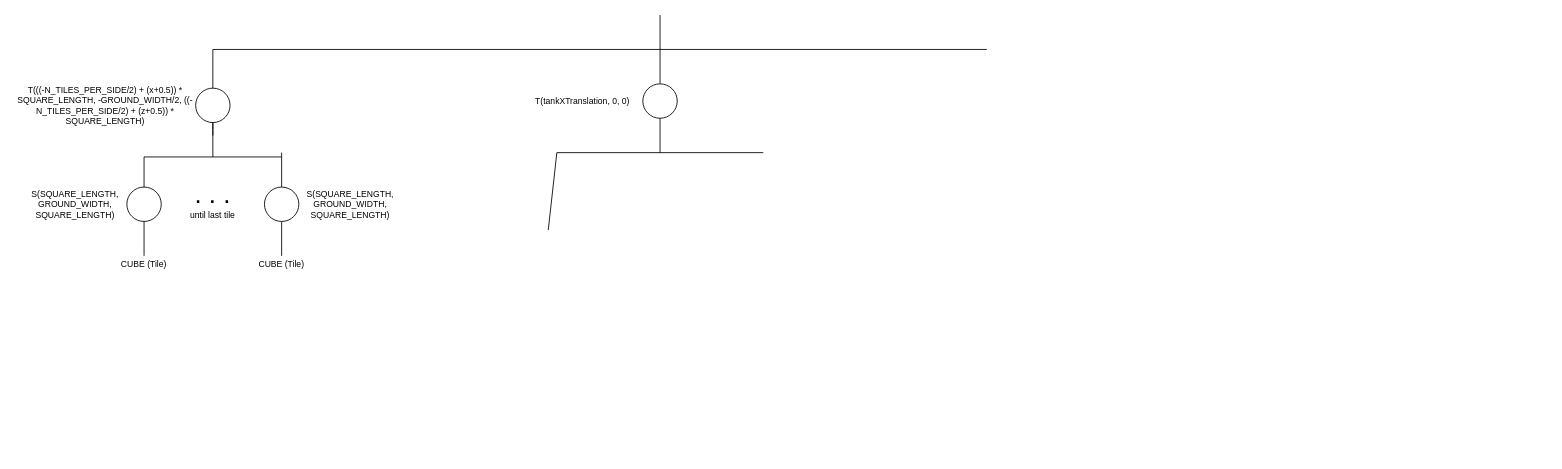
Above: grafo de cena.drawio in my-nd/CGI-Project02 (draw.io), before the change. Source tidied: cells renumbered, new cells numbered last; positions are measured from the earlier drawing's top-left corner, leaving out a move shared by most shapes. Both pictures are drawn from the tidied source at 86%, with x=0, y=0 at pixel (15, 15).
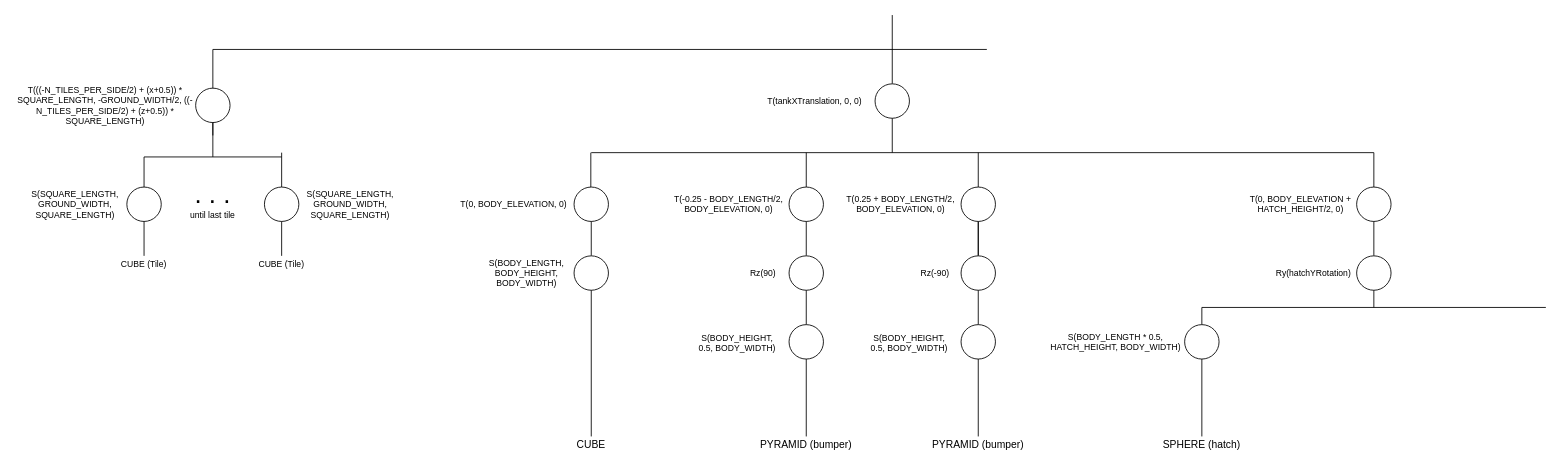
The same diagram, later.

Diff of the diagram source:
```diff
@@
     <mxCell id="2" style="endArrow=none;html=1;" parent="1" edge="1">
       <mxGeometry relative="1" as="geometry">
-        <mxPoint x="750" y="80" as="sourcePoint" />
-        <mxPoint x="750" as="targetPoint" />
+        <mxPoint x="1020" y="80" as="sourcePoint" />
+        <mxPoint x="1020" as="targetPoint" />
       </mxGeometry>
     </mxCell>
@@
     <mxCell id="20" style="ellipse;whiteSpace=wrap;html=1;fontSize=30;" parent="1" vertex="1">
-      <mxGeometry x="730" y="80" width="40" height="40" as="geometry" />
+      <mxGeometry x="1000" y="80" width="40" height="40" as="geometry" />
     </mxCell>
     <mxCell id="21" value="T(tankXTranslation, 0, 0)" style="text;html=1;strokeColor=none;fillColor=none;align=center;verticalAlign=middle;whiteSpace=wrap;rounded=0;fontSize=10;" parent="1" vertex="1">
-      <mxGeometry x="600" y="85" width="120" height="30" as="geometry" />
+      <mxGeometry x="870" y="85" width="120" height="30" as="geometry" />
     </mxCell>
     <mxCell id="22" style="endArrow=none;html=1;fontSize=10;entryX=0.5;entryY=1;entryDx=0;entryDy=0;" parent="1" edge="1" target="20">
       <mxGeometry relative="1" as="geometry">
-        <mxPoint x="750" y="160" as="sourcePoint" />
+        <mxPoint x="1020" y="160" as="sourcePoint" />
       </mxGeometry>
     </mxCell>
     <mxCell id="23" style="endArrow=none;html=1;fontSize=10;" parent="1" edge="1">
       <mxGeometry relative="1" as="geometry">
-        <mxPoint x="630" y="160" as="sourcePoint" />
-        <mxPoint x="870" y="160" as="targetPoint" />
+        <mxPoint x="670" y="160" as="sourcePoint" />
+        <mxPoint x="1580" y="160" as="targetPoint" />
       </mxGeometry>
     </mxCell>
     <mxCell id="24" style="endArrow=none;html=1;fontSize=10;" parent="1" edge="1">
       <mxGeometry relative="1" as="geometry">
-        <mxPoint x="620" y="250" as="sourcePoint" />
-        <mxPoint x="630" y="160" as="targetPoint" />
+        <mxPoint x="669.5" y="200" as="sourcePoint" />
+        <mxPoint x="669.5" y="160" as="targetPoint" />
       </mxGeometry>
     </mxCell>
+    <mxCell id="25" style="ellipse;whiteSpace=wrap;html=1;fontSize=30;" parent="1" vertex="1">
+      <mxGeometry x="650" y="200" width="40" height="40" as="geometry" />
+    </mxCell>
+    <mxCell id="26" style="endArrow=none;html=1;entryX=0.5;entryY=1;entryDx=0;entryDy=0;exitX=0.5;exitY=0;exitDx=0;exitDy=0;" parent="1" edge="1" source="27" target="25">
+      <mxGeometry relative="1" as="geometry" />
+    </mxCell>
+    <mxCell id="27" style="ellipse;whiteSpace=wrap;html=1;fontSize=30;" parent="1" vertex="1">
+      <mxGeometry x="650" y="280" width="40" height="40" as="geometry" />
+    </mxCell>
+    <mxCell id="28" value="S(BODY_LENGTH, BODY_HEIGHT, BODY_WIDTH)" style="text;html=1;strokeColor=none;fillColor=none;align=center;verticalAlign=middle;whiteSpace=wrap;rounded=0;fontSize=10;" parent="1" vertex="1">
+      <mxGeometry x="530" y="280" width="130" height="40" as="geometry" />
+    </mxCell>
+    <mxCell id="29" value="T(0, BODY_ELEVATION, 0)" style="text;html=1;strokeColor=none;fillColor=none;align=center;verticalAlign=middle;whiteSpace=wrap;rounded=0;fontSize=10;" parent="1" vertex="1">
+      <mxGeometry x="510" y="210" width="140" height="20" as="geometry" />
+    </mxCell>
+    <mxCell id="30" style="endArrow=none;html=1;exitX=0.5;exitY=1;exitDx=0;exitDy=0;" parent="1" edge="1" source="27" target="31">
+      <mxGeometry relative="1" as="geometry" />
+    </mxCell>
+    <mxCell id="31" value="CUBE" style="text;html=1;strokeColor=none;fillColor=none;align=center;verticalAlign=middle;whiteSpace=wrap;rounded=0;" parent="1" vertex="1">
+      <mxGeometry x="650" y="490" width="40" height="20" as="geometry" />
+    </mxCell>
+    <mxCell id="32" style="endArrow=none;html=1;" parent="1" edge="1">
+      <mxGeometry relative="1" as="geometry">
+        <mxPoint x="920" y="200" as="sourcePoint" />
+        <mxPoint x="920" y="160" as="targetPoint" />
+      </mxGeometry>
+    </mxCell>
+    <mxCell id="33" style="ellipse;whiteSpace=wrap;html=1;fontSize=30;" parent="1" vertex="1">
+      <mxGeometry x="900" y="200" width="40" height="40" as="geometry" />
+    </mxCell>
+    <mxCell id="34" style="endArrow=none;html=1;entryX=0.5;entryY=1;entryDx=0;entryDy=0;" parent="1" edge="1" target="33">
+      <mxGeometry relative="1" as="geometry">
+        <mxPoint x="920" y="280" as="sourcePoint" />
+      </mxGeometry>
+    </mxCell>
+    <mxCell id="35" style="ellipse;whiteSpace=wrap;html=1;fontSize=30;" parent="1" vertex="1">
+      <mxGeometry x="900" y="280" width="40" height="40" as="geometry" />
+    </mxCell>
+    <mxCell id="36" value="T(-0.25 - BODY_LENGTH/2, BODY_ELEVATION, 0)" style="text;html=1;strokeColor=none;fillColor=none;align=center;verticalAlign=middle;whiteSpace=wrap;rounded=0;fontSize=10;" parent="1" vertex="1">
+      <mxGeometry x="760" y="195" width="140" height="50" as="geometry" />
+    </mxCell>
+    <mxCell id="37" value="Rz(90)" style="text;html=1;strokeColor=none;fillColor=none;align=center;verticalAlign=middle;whiteSpace=wrap;rounded=0;fontSize=10;" parent="1" vertex="1">
+      <mxGeometry x="840" y="292.5" width="60" height="15" as="geometry" />
+    </mxCell>
+    <mxCell id="38" style="endArrow=none;html=1;entryX=0.5;entryY=1;entryDx=0;entryDy=0;" parent="1" edge="1">
+      <mxGeometry relative="1" as="geometry">
+        <mxPoint x="920" y="360" as="sourcePoint" />
+        <mxPoint x="920" y="320" as="targetPoint" />
+      </mxGeometry>
+    </mxCell>
+    <mxCell id="39" style="ellipse;whiteSpace=wrap;html=1;fontSize=30;" parent="1" vertex="1">
+      <mxGeometry x="900" y="360" width="40" height="40" as="geometry" />
+    </mxCell>
+    <mxCell id="40" value="S(BODY_HEIGHT, 0.5, BODY_WIDTH)" style="text;html=1;strokeColor=none;fillColor=none;align=center;verticalAlign=middle;whiteSpace=wrap;rounded=0;fontSize=10;" parent="1" vertex="1">
+      <mxGeometry x="790" y="362.5" width="100" height="37.5" as="geometry" />
+    </mxCell>
+    <mxCell id="41" style="endArrow=none;html=1;fontSize=10;exitX=0.5;exitY=1;exitDx=0;exitDy=0;" parent="1" edge="1" source="39">
+      <mxGeometry relative="1" as="geometry">
+        <mxPoint x="920" y="490" as="targetPoint" />
+      </mxGeometry>
+    </mxCell>
+    <mxCell id="42" value="&lt;div&gt;PYRAMID (bumper)&lt;br&gt;&lt;/div&gt;" style="text;html=1;strokeColor=none;fillColor=none;align=center;verticalAlign=middle;whiteSpace=wrap;rounded=0;" parent="1" vertex="1">
+      <mxGeometry x="860" y="490" width="120" height="20" as="geometry" />
+    </mxCell>
+    <mxCell id="43" style="endArrow=none;html=1;" parent="1" edge="1">
+      <mxGeometry relative="1" as="geometry">
+        <mxPoint x="1120" y="200" as="sourcePoint" />
+        <mxPoint x="1120" y="160" as="targetPoint" />
+      </mxGeometry>
+    </mxCell>
+    <mxCell id="44" style="edgeStyle=orthogonalEdgeStyle;rounded=0;jettySize=auto;html=1;fontSize=10;" parent="1" edge="1" source="45">
+      <mxGeometry relative="1" as="geometry">
+        <mxPoint x="1120" y="320" as="targetPoint" />
+      </mxGeometry>
+    </mxCell>
+    <mxCell id="45" style="ellipse;whiteSpace=wrap;html=1;fontSize=30;" parent="1" vertex="1">
+      <mxGeometry x="1100" y="200" width="40" height="40" as="geometry" />
+    </mxCell>
+    <mxCell id="46" style="endArrow=none;html=1;entryX=0.5;entryY=1;entryDx=0;entryDy=0;" parent="1" edge="1" target="45">
+      <mxGeometry relative="1" as="geometry">
+        <mxPoint x="1120" y="280" as="sourcePoint" />
+      </mxGeometry>
+    </mxCell>
+    <mxCell id="47" style="ellipse;whiteSpace=wrap;html=1;fontSize=30;" parent="1" vertex="1">
+      <mxGeometry x="1100" y="280" width="40" height="40" as="geometry" />
+    </mxCell>
+    <mxCell id="48" value="T(0.25 + BODY_LENGTH/2, BODY_ELEVATION, 0)" style="text;html=1;strokeColor=none;fillColor=none;align=center;verticalAlign=middle;whiteSpace=wrap;rounded=0;fontSize=10;" parent="1" vertex="1">
+      <mxGeometry x="960" y="195" width="140" height="50" as="geometry" />
+    </mxCell>
+    <mxCell id="49" value="Rz(-90)" style="text;html=1;strokeColor=none;fillColor=none;align=center;verticalAlign=middle;whiteSpace=wrap;rounded=0;fontSize=10;" parent="1" vertex="1">
+      <mxGeometry x="1040" y="292.5" width="60" height="15" as="geometry" />
+    </mxCell>
+    <mxCell id="50" style="endArrow=none;html=1;entryX=0.5;entryY=1;entryDx=0;entryDy=0;" parent="1" edge="1">
+      <mxGeometry relative="1" as="geometry">
+        <mxPoint x="1120" y="360" as="sourcePoint" />
+        <mxPoint x="1120" y="320" as="targetPoint" />
+      </mxGeometry>
+    </mxCell>
+    <mxCell id="51" style="ellipse;whiteSpace=wrap;html=1;fontSize=30;" parent="1" vertex="1">
+      <mxGeometry x="1100" y="360" width="40" height="40" as="geometry" />
+    </mxCell>
+    <mxCell id="52" value="S(BODY_HEIGHT, 0.5, BODY_WIDTH)" style="text;html=1;strokeColor=none;fillColor=none;align=center;verticalAlign=middle;whiteSpace=wrap;rounded=0;fontSize=10;" parent="1" vertex="1">
+      <mxGeometry x="990" y="362.5" width="100" height="37.5" as="geometry" />
+    </mxCell>
+    <mxCell id="53" style="endArrow=none;html=1;fontSize=10;exitX=0.5;exitY=1;exitDx=0;exitDy=0;" parent="1" edge="1" source="51">
+      <mxGeometry relative="1" as="geometry">
+        <mxPoint x="1120" y="490" as="targetPoint" />
+      </mxGeometry>
+    </mxCell>
+    <mxCell id="54" value="&lt;div&gt;PYRAMID (bumper)&lt;br&gt;&lt;/div&gt;" style="text;html=1;strokeColor=none;fillColor=none;align=center;verticalAlign=middle;whiteSpace=wrap;rounded=0;" parent="1" vertex="1">
+      <mxGeometry x="1060" y="490" width="120" height="20" as="geometry" />
+    </mxCell>
+    <mxCell id="55" style="endArrow=none;html=1;" parent="1" edge="1">
+      <mxGeometry relative="1" as="geometry">
+        <mxPoint x="1580" y="200" as="sourcePoint" />
+        <mxPoint x="1580" y="160" as="targetPoint" />
+      </mxGeometry>
+    </mxCell>
+    <mxCell id="56" style="ellipse;whiteSpace=wrap;html=1;fontSize=30;" parent="1" vertex="1">
+      <mxGeometry x="1560" y="200" width="40" height="40" as="geometry" />
+    </mxCell>
+    <mxCell id="57" style="endArrow=none;html=1;entryX=0.5;entryY=1;entryDx=0;entryDy=0;" parent="1" edge="1" target="56">
+      <mxGeometry relative="1" as="geometry">
+        <mxPoint x="1580" y="280" as="sourcePoint" />
+      </mxGeometry>
+    </mxCell>
+    <mxCell id="58" style="ellipse;whiteSpace=wrap;html=1;fontSize=30;" parent="1" vertex="1">
+      <mxGeometry x="1560" y="280" width="40" height="40" as="geometry" />
+    </mxCell>
+    <mxCell id="59" value="T(0, BODY_ELEVATION + HATCH_HEIGHT/2, 0)" style="text;html=1;strokeColor=none;fillColor=none;align=center;verticalAlign=middle;whiteSpace=wrap;rounded=0;fontSize=10;" parent="1" vertex="1">
+      <mxGeometry x="1430" y="195" width="130" height="50" as="geometry" />
+    </mxCell>
+    <mxCell id="60" value="Ry(hatchYRotation)" style="text;html=1;strokeColor=none;fillColor=none;align=center;verticalAlign=middle;whiteSpace=wrap;rounded=0;fontSize=10;" parent="1" vertex="1">
+      <mxGeometry x="1480" y="292.5" width="60" height="15" as="geometry" />
+    </mxCell>
+    <mxCell id="61" style="endArrow=none;html=1;fontSize=10;entryX=0.5;entryY=1;entryDx=0;entryDy=0;" parent="1" edge="1" target="58">
+      <mxGeometry relative="1" as="geometry">
+        <mxPoint x="1580" y="340" as="sourcePoint" />
+      </mxGeometry>
+    </mxCell>
+    <mxCell id="62" style="endArrow=none;html=1;fontSize=10;" parent="1" edge="1">
+      <mxGeometry relative="1" as="geometry">
+        <mxPoint x="1380" y="340" as="sourcePoint" />
+        <mxPoint x="1780" y="340" as="targetPoint" />
+      </mxGeometry>
+    </mxCell>
+    <mxCell id="63" style="endArrow=none;html=1;fontSize=10;" parent="1" edge="1">
+      <mxGeometry relative="1" as="geometry">
+        <mxPoint x="1380" y="340" as="sourcePoint" />
+        <mxPoint x="1380" y="360" as="targetPoint" />
+      </mxGeometry>
+    </mxCell>
+    <mxCell id="64" style="ellipse;whiteSpace=wrap;html=1;fontSize=30;" parent="1" vertex="1">
+      <mxGeometry x="1360" y="360" width="40" height="40" as="geometry" />
+    </mxCell>
+    <mxCell id="65" value="S(BODY_LENGTH * 0.5, HATCH_HEIGHT, BODY_WIDTH)" style="text;html=1;strokeColor=none;fillColor=none;align=center;verticalAlign=middle;whiteSpace=wrap;rounded=0;fontSize=10;" parent="1" vertex="1">
+      <mxGeometry x="1200" y="361.2" width="160" height="37.5" as="geometry" />
+    </mxCell>
+    <mxCell id="66" style="endArrow=none;html=1;fontSize=10;entryX=0.5;entryY=1;entryDx=0;entryDy=0;" parent="1" edge="1" target="64">
+      <mxGeometry relative="1" as="geometry">
+        <mxPoint x="1380" y="490" as="sourcePoint" />
+      </mxGeometry>
+    </mxCell>
+    <mxCell id="67" value="SPHERE (hatch)" style="text;html=1;strokeColor=none;fillColor=none;align=center;verticalAlign=middle;whiteSpace=wrap;rounded=0;" parent="1" vertex="1">
+      <mxGeometry x="1320" y="490" width="120" height="20" as="geometry" />
+    </mxCell>
```
